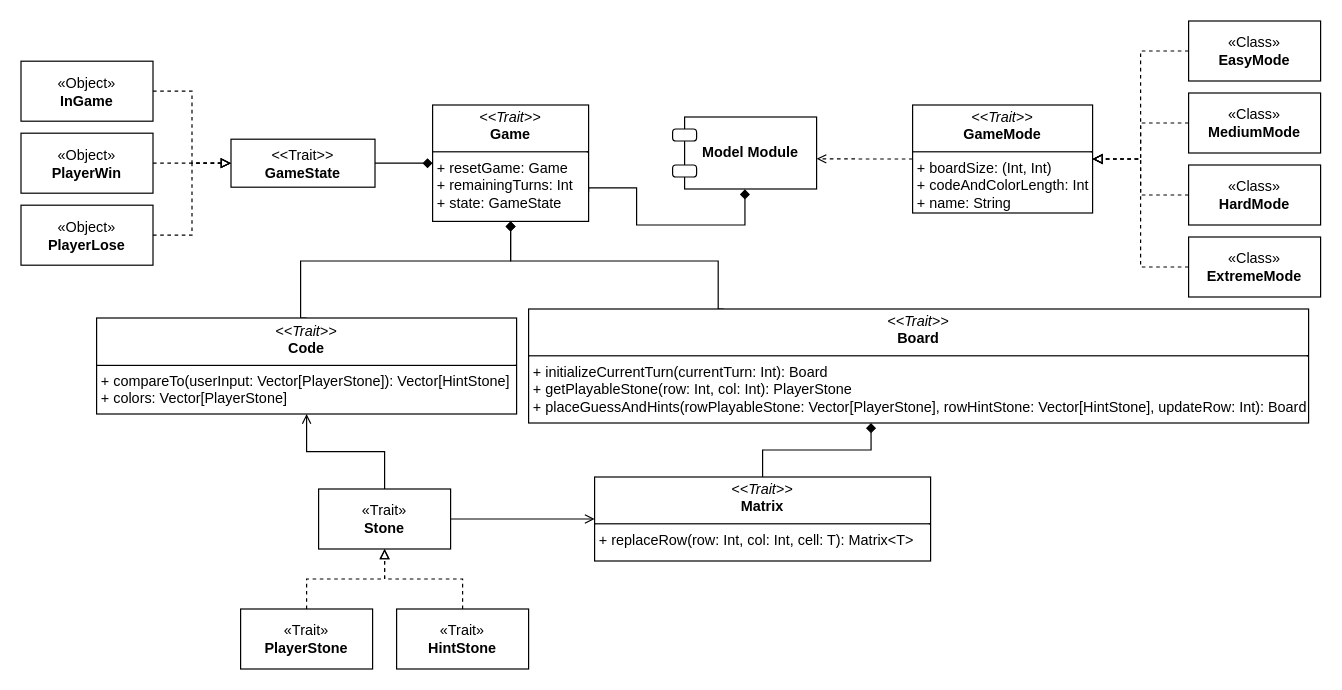
Earlier version of the draw.io diagram page "model" (7 of 15) of mastermind.drawio (Totti00/PPS-22-mastermind). Source tidied: cells renumbered, new cells numbered last; positions are measured from the earlier drawing's top-left corner, leaving out a move shared by most shapes. Both pictures are drawn from the tidied source at 120%, with x=0, y=0 at pixel (20, 20).
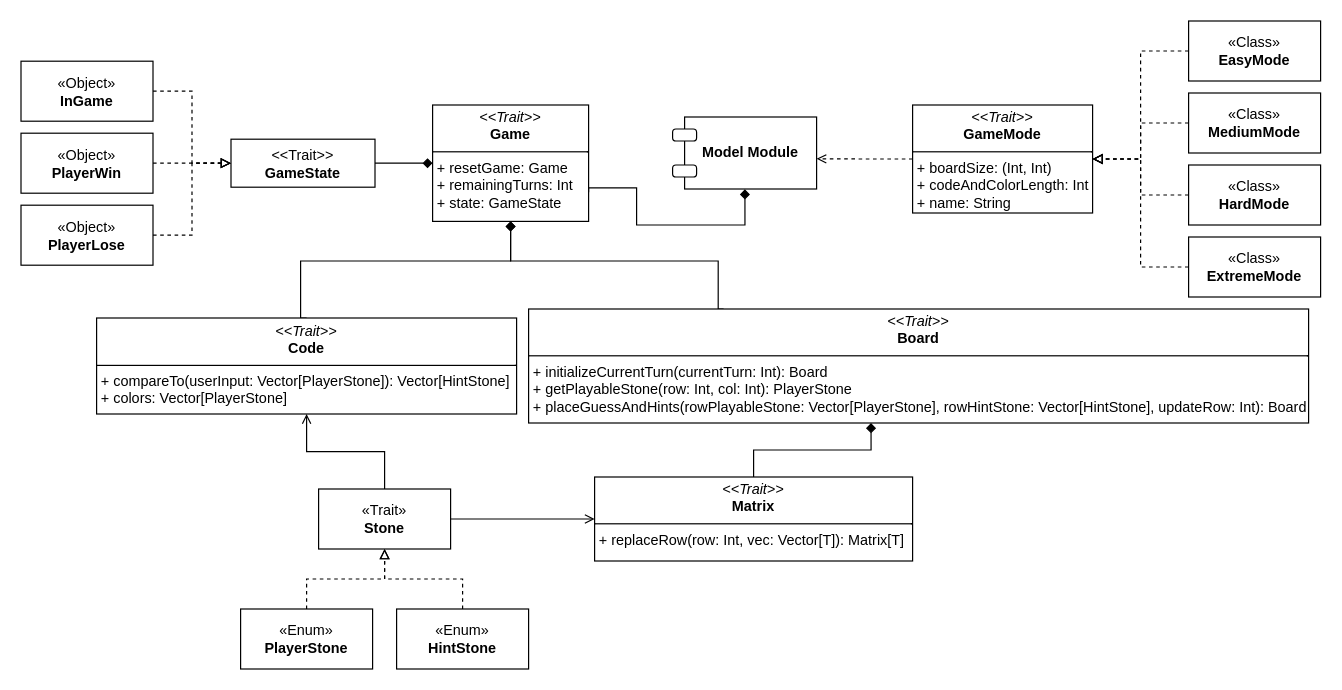
The same page after the edit.

The edit, as a diff of the source:
```diff
@@
-    <mxCell id="29" value="&lt;p style=&quot;margin:0px;margin-top:4px;text-align:center;&quot;&gt;&lt;i&gt;&amp;lt;&amp;lt;Trait&amp;gt;&amp;gt;&lt;/i&gt;&lt;br&gt;&lt;b&gt;Matrix&lt;/b&gt;&lt;/p&gt;&lt;hr size=&quot;1&quot; style=&quot;border-style:solid;&quot;&gt;&lt;p style=&quot;margin:0px;margin-left:4px;&quot;&gt;+ replaceRow(row: Int, col: Int, cell: T): Matrix&amp;lt;T&amp;gt;&lt;/p&gt;" style="verticalAlign=top;align=left;overflow=fill;html=1;whiteSpace=wrap;" parent="1" vertex="1">
-      <mxGeometry x="478" y="380" width="280" height="70" as="geometry" />
+    <mxCell id="29" value="&lt;p style=&quot;margin:0px;margin-top:4px;text-align:center;&quot;&gt;&lt;i&gt;&amp;lt;&amp;lt;Trait&amp;gt;&amp;gt;&lt;/i&gt;&lt;br&gt;&lt;b&gt;Matrix&lt;/b&gt;&lt;/p&gt;&lt;hr size=&quot;1&quot; style=&quot;border-style:solid;&quot;&gt;&lt;p style=&quot;margin:0px;margin-left:4px;&quot;&gt;+ replaceRow(row: Int, vec: Vector[T]): Matrix[T]&lt;/p&gt;" style="verticalAlign=top;align=left;overflow=fill;html=1;whiteSpace=wrap;" parent="1" vertex="1">
+      <mxGeometry x="478" y="380" width="265" height="70" as="geometry" />
     </mxCell>
@@
-    <mxCell id="34" value="«Trait»&lt;br&gt;&lt;b&gt;PlayerStone&lt;/b&gt;" style="html=1;whiteSpace=wrap;" parent="1" vertex="1">
+    <mxCell id="34" value="«Enum»&lt;br&gt;&lt;b&gt;PlayerStone&lt;/b&gt;" style="html=1;whiteSpace=wrap;" parent="1" vertex="1">
       <mxGeometry x="183" y="490" width="110" height="50" as="geometry" />
     </mxCell>
@@
-    <mxCell id="36" value="«Trait»&lt;br&gt;&lt;b&gt;HintStone&lt;/b&gt;" style="html=1;whiteSpace=wrap;" parent="1" vertex="1">
+    <mxCell id="36" value="«Enum»&lt;br&gt;&lt;b&gt;HintStone&lt;/b&gt;" style="html=1;whiteSpace=wrap;" parent="1" vertex="1">
       <mxGeometry x="313" y="490" width="110" height="50" as="geometry" />
     </mxCell>
```
